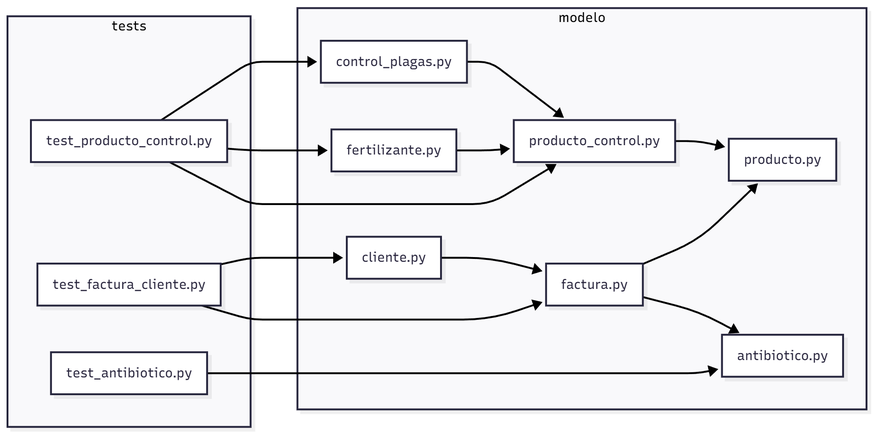
Earlier version of the Mermaid export evidencias/diagrama_componentes.png (Perea3124/Parcial_2__Parte_1_Herencia_Asociaciones). Its source is kept beside it as evidencias/diagrama_componentes.mmd. Its diagram source:
```mermaid
graph LR
    subgraph modelo
        producto["producto.py"]
        producto_control["producto_control.py"]
        control_plagas["control_plagas.py"]
        fertilizante["fertilizante.py"]
        antibiotico["antibiotico.py"]
        factura["factura.py"]
        cliente["cliente.py"]
    end

    subgraph tests
        test_producto_control["test_producto_control.py"]
        test_antibiotico["test_antibiotico.py"]
        test_factura_cliente["test_factura_cliente.py"]
    end

    producto_control --> producto
    control_plagas --> producto_control
    fertilizante --> producto_control
    factura --> producto
    factura --> antibiotico
    cliente --> factura

    test_producto_control --> producto_control
    test_producto_control --> control_plagas
    test_producto_control --> fertilizante
    test_antibiotico --> antibiotico
    test_factura_cliente --> factura
    test_factura_cliente --> cliente
```
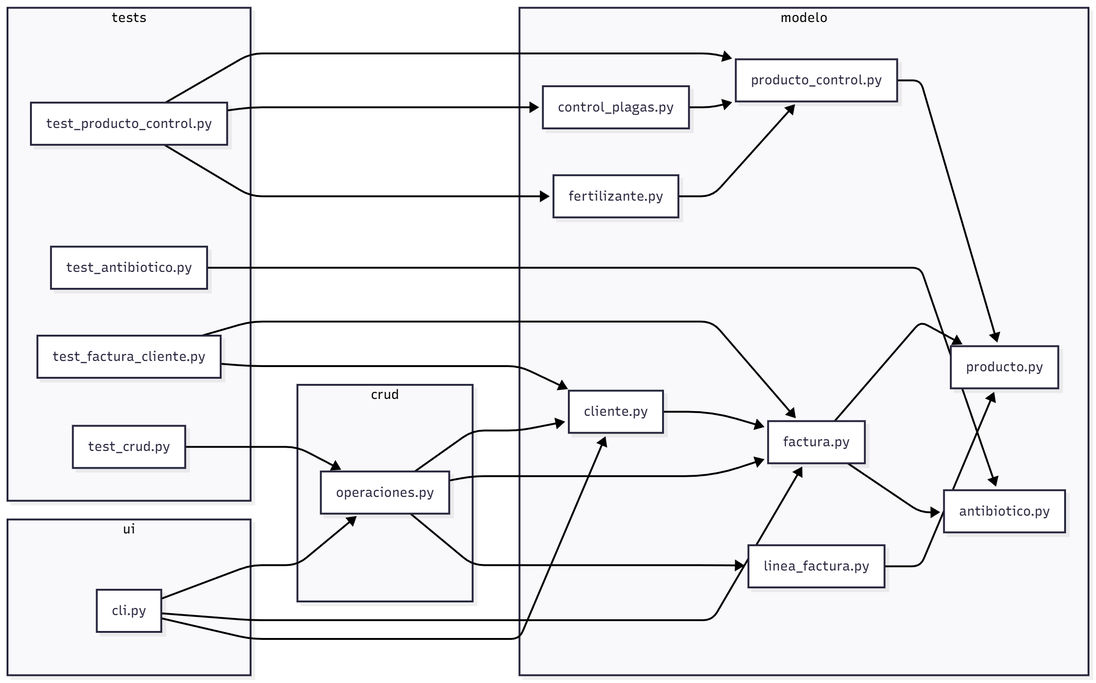
The same file after the commit.

The edit, as a diff of the source:
```diff
@@ -7,12 +7,22 @@
         antibiotico["antibiotico.py"]
         factura["factura.py"]
         cliente["cliente.py"]
+        linea_factura["linea_factura.py"]
+    end
+
+    subgraph crud
+        operaciones["operaciones.py"]
+    end
+
+    subgraph ui
+        cli["cli.py"]
     end
 
     subgraph tests
         test_producto_control["test_producto_control.py"]
         test_antibiotico["test_antibiotico.py"]
         test_factura_cliente["test_factura_cliente.py"]
+        test_crud["test_crud.py"]
     end
 
     producto_control --> producto
@@ -21,6 +31,15 @@
     factura --> producto
     factura --> antibiotico
     cliente --> factura
+    linea_factura --> producto
+
+    operaciones --> cliente
+    operaciones --> factura
+    operaciones --> linea_factura
+
+    cli --> operaciones
+    cli --> factura
+    cli --> cliente
 
     test_producto_control --> producto_control
     test_producto_control --> control_plagas
@@ -28,3 +47,4 @@
     test_antibiotico --> antibiotico
     test_factura_cliente --> factura
     test_factura_cliente --> cliente
+    test_crud --> operaciones
```
